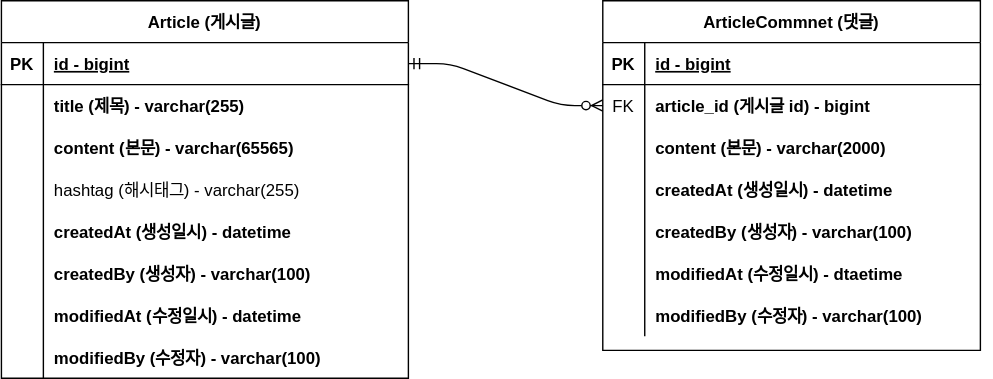
vartyor/project-board keeps this draw.io diagram as document/project-board-erd.svg. Above is the earlier version. Source tidied: cells renumbered, new cells last; positions are measured from the earlier drawing's top-left corner, leaving out a move shared by most shapes.
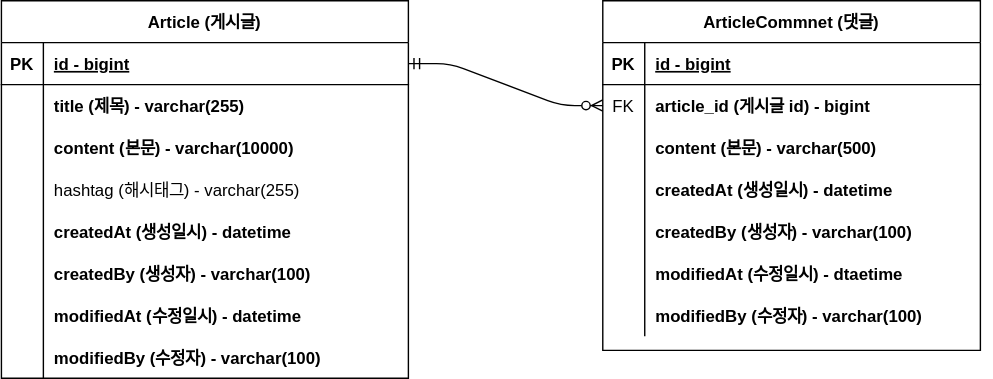
The same file after the commit.

Commit message:
#10 - erd 업데이트: content 사이즈 변경

Change to the diagram source:
```diff
@@ -32,7 +32,7 @@
     <mxCell id="11" style="shape=partialRectangle;overflow=hidden;fillColor=none;top=0;left=0;bottom=0;right=0;" parent="10" vertex="1">
       <mxGeometry width="30" height="30" as="geometry" />
     </mxCell>
-    <mxCell id="12" value="content (본문) - varchar(2000)" style="shape=partialRectangle;overflow=hidden;fillColor=none;top=0;left=0;bottom=0;right=0;align=left;spacingLeft=6;fontStyle=1;" parent="10" vertex="1">
+    <mxCell id="12" value="content (본문) - varchar(500)" style="shape=partialRectangle;overflow=hidden;fillColor=none;top=0;left=0;bottom=0;right=0;align=left;spacingLeft=6;fontStyle=1;" parent="10" vertex="1">
       <mxGeometry x="30" width="240" height="30" as="geometry" />
     </mxCell>
     <mxCell id="13" style="shape=partialRectangle;fillColor=none;points=[[0,0.5],[1,0.5]];portConstraint=eastwest;top=0;left=0;right=0;bottom=0;" parent="3" vertex="1">
@@ -101,7 +101,7 @@
     <mxCell id="34" style="shape=partialRectangle;overflow=hidden;fillColor=none;top=0;left=0;bottom=0;right=0;" parent="33" vertex="1">
       <mxGeometry width="30" height="30" as="geometry" />
     </mxCell>
-    <mxCell id="35" value="content (본문) - varchar(65565)" style="shape=partialRectangle;overflow=hidden;fillColor=none;top=0;left=0;bottom=0;right=0;align=left;spacingLeft=6;fontStyle=1;" parent="33" vertex="1">
+    <mxCell id="35" value="content (본문) - varchar(10000)" style="shape=partialRectangle;overflow=hidden;fillColor=none;top=0;left=0;bottom=0;right=0;align=left;spacingLeft=6;fontStyle=1;" parent="33" vertex="1">
       <mxGeometry x="30" width="261" height="30" as="geometry" />
     </mxCell>
     <mxCell id="36" style="shape=partialRectangle;fillColor=none;top=0;left=0;right=0;bottom=0;" parent="26" vertex="1">
```
